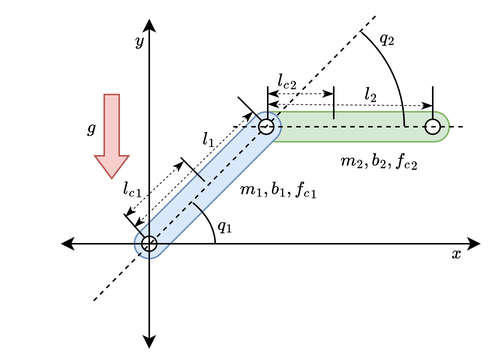
This is src/figures/RobotModel.drawio.png from KAIST-MIC-Lab/CONAC, a draw.io export, as it was before one commit. Source tidied: cells renumbered, new cells last; positions are measured from the earlier drawing's top-left corner, leaving out a move shared by most shapes.
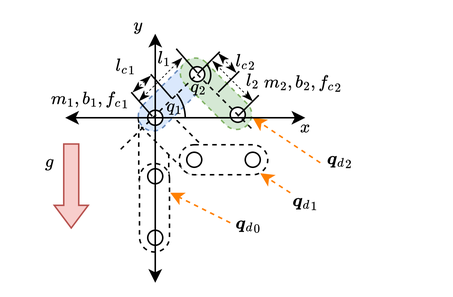
After the commit.

The edit, as a diff of the source:
```diff
@@ -2,153 +2,205 @@
   <root>
     <mxCell id="0" />
     <mxCell id="1" value="Robot" parent="0" />
-    <mxCell id="2" style="rounded=1;whiteSpace=wrap;html=1;rotation=0;glass=0;shadow=0;fillColor=#d5e8d4;strokeColor=#82b366;arcSize=50;" parent="1" vertex="1">
-      <mxGeometry x="169" y="74" width="130" height="20" as="geometry" />
-    </mxCell>
-    <mxCell id="3" style="rounded=1;whiteSpace=wrap;html=1;rotation=-45;glass=0;shadow=0;fillColor=#dae8fc;strokeColor=#6c8ebf;arcSize=50;" parent="1" vertex="1">
-      <mxGeometry x="73" y="113" width="130" height="20" as="geometry" />
-    </mxCell>
-    <mxCell id="4" style="ellipse;whiteSpace=wrap;html=1;strokeColor=#000000;" parent="1" vertex="1">
-      <mxGeometry x="94" y="157" width="10" height="10" as="geometry" />
-    </mxCell>
-    <mxCell id="5" style="ellipse;whiteSpace=wrap;html=1;strokeColor=#000000;" parent="1" vertex="1">
-      <mxGeometry x="172" y="79" width="10" height="10" as="geometry" />
-    </mxCell>
-    <mxCell id="6" style="ellipse;whiteSpace=wrap;html=1;strokeColor=#000000;" parent="1" vertex="1">
-      <mxGeometry x="283" y="79" width="10" height="10" as="geometry" />
-    </mxCell>
+    <mxCell id="40" style="rounded=1;whiteSpace=wrap;html=1;rotation=90;glass=0;shadow=0;arcSize=50;dashed=1;" parent="1" vertex="1">
+      <mxGeometry x="69.5" y="171.5" width="59" height="20" as="geometry" />
+    </mxCell>
+    <mxCell id="41" style="rounded=1;whiteSpace=wrap;html=1;rotation=90;glass=0;shadow=0;arcSize=50;dashed=1;" parent="1" vertex="1">
+      <mxGeometry x="70" y="212" width="59" height="20" as="geometry" />
+    </mxCell>
+    <mxCell id="42" style="rounded=1;whiteSpace=wrap;html=1;rotation=45;glass=0;shadow=0;arcSize=50;dashed=1;" parent="1" vertex="1">
+      <mxGeometry x="83" y="166" width="59" height="20" as="geometry" />
+    </mxCell>
+    <mxCell id="43" style="rounded=1;whiteSpace=wrap;html=1;rotation=0;glass=0;shadow=0;arcSize=50;dashed=1;" parent="1" vertex="1">
+      <mxGeometry x="116" y="180" width="59" height="20" as="geometry" />
+    </mxCell>
+    <mxCell id="44" style="rounded=1;whiteSpace=wrap;html=1;rotation=-45;glass=0;shadow=0;arcSize=50;dashed=1;fillColor=#dae8fc;strokeColor=#6c8ebf;" parent="1" vertex="1">
+      <mxGeometry x="83" y="137" width="59" height="20" as="geometry" />
+    </mxCell>
+    <mxCell id="45" style="rounded=1;whiteSpace=wrap;html=1;rotation=45;glass=0;shadow=0;arcSize=50;dashed=1;fillColor=#d5e8d4;strokeColor=#82b366;" parent="1" vertex="1">
+      <mxGeometry x="111" y="136" width="59" height="20" as="geometry" />
+    </mxCell>
+    <mxCell id="46" value="circle" parent="0" />
+    <mxCell id="47" style="ellipse;whiteSpace=wrap;html=1;strokeColor=#000000;" parent="46" vertex="1">
+      <mxGeometry x="95" y="157" width="10" height="10" as="geometry" />
+    </mxCell>
+    <mxCell id="48" style="ellipse;whiteSpace=wrap;html=1;strokeColor=#000000;" parent="46" vertex="1">
+      <mxGeometry x="121" y="185" width="10" height="10" as="geometry" />
+    </mxCell>
+    <mxCell id="49" style="ellipse;whiteSpace=wrap;html=1;strokeColor=#000000;" parent="46" vertex="1">
+      <mxGeometry x="123" y="128" width="10" height="10" as="geometry" />
+    </mxCell>
+    <mxCell id="50" style="ellipse;whiteSpace=wrap;html=1;strokeColor=#000000;" parent="46" vertex="1">
+      <mxGeometry x="95" y="196" width="10" height="10" as="geometry" />
+    </mxCell>
+    <mxCell id="51" style="ellipse;whiteSpace=wrap;html=1;strokeColor=#000000;" parent="46" vertex="1">
+      <mxGeometry x="150" y="155" width="10" height="10" as="geometry" />
+    </mxCell>
+    <mxCell id="52" style="ellipse;whiteSpace=wrap;html=1;strokeColor=#000000;" parent="46" vertex="1">
+      <mxGeometry x="95" y="237" width="10" height="10" as="geometry" />
+    </mxCell>
+    <mxCell id="53" style="ellipse;whiteSpace=wrap;html=1;strokeColor=#000000;" parent="46" vertex="1">
+      <mxGeometry x="160" y="185" width="10" height="10" as="geometry" />
+    </mxCell>
     <mxCell id="7" value="Line" parent="0" />
-    <mxCell id="8" style="endArrow=none;html=1;rounded=0;" parent="7" edge="1">
-      <mxGeometry relative="1" as="geometry">
-        <mxPoint x="222" y="57" as="sourcePoint" />
-        <mxPoint x="222" y="79" as="targetPoint" />
-      </mxGeometry>
-    </mxCell>
     <mxCell id="9" style="endArrow=classicThin;html=1;rounded=0;dashed=1;endFill=1;startArrow=classicThin;startFill=1;strokeWidth=0.5;" parent="7" edge="1">
       <mxGeometry relative="1" as="geometry">
-        <mxPoint x="122" y="107" as="sourcePoint" />
-        <mxPoint x="83" y="144" as="targetPoint" />
+        <mxPoint x="97" y="134" as="sourcePoint" />
+        <mxPoint x="85" y="145" as="targetPoint" />
       </mxGeometry>
     </mxCell>
     <mxCell id="10" style="endArrow=classicThin;html=1;rounded=0;dashed=1;endFill=1;startArrow=classicThin;startFill=1;strokeWidth=0.5;" parent="7" edge="1">
       <mxGeometry relative="1" as="geometry">
-        <mxPoint x="222" y="62" as="sourcePoint" />
-        <mxPoint x="178" y="62" as="targetPoint" />
+        <mxPoint x="154" y="132" as="sourcePoint" />
+        <mxPoint x="142" y="119" as="targetPoint" />
       </mxGeometry>
     </mxCell>
-    <mxCell id="11" style="endArrow=none;html=1;rounded=0;" parent="7" edge="1">
-      <mxGeometry relative="1" as="geometry">
-        <mxPoint x="288" y="57" as="sourcePoint" />
-        <mxPoint x="288" y="79" as="targetPoint" />
-      </mxGeometry>
-    </mxCell>
-    <mxCell id="12" style="endArrow=none;html=1;rounded=0;" parent="7" edge="1">
-      <mxGeometry relative="1" as="geometry">
-        <mxPoint x="178" y="57" as="sourcePoint" />
-        <mxPoint x="178" y="79" as="targetPoint" />
-      </mxGeometry>
-    </mxCell>
     <mxCell id="13" style="endArrow=classicThin;html=1;rounded=0;dashed=1;strokeColor=default;startArrow=classicThin;startFill=1;endFill=1;strokeWidth=0.5;" parent="7" edge="1">
       <mxGeometry relative="1" as="geometry">
-        <mxPoint x="288" y="70" as="sourcePoint" />
-        <mxPoint x="178" y="69" as="targetPoint" />
+        <mxPoint x="165" y="151" as="sourcePoint" />
+        <mxPoint x="138" y="124" as="targetPoint" />
       </mxGeometry>
     </mxCell>
-    <mxCell id="14" style="endArrow=none;html=1;rounded=0;" parent="7" edge="1">
-      <mxGeometry relative="1" as="geometry">
-        <mxPoint x="158" y="64" as="sourcePoint" />
-        <mxPoint x="174" y="80" as="targetPoint" />
-      </mxGeometry>
-    </mxCell>
     <mxCell id="15" style="endArrow=none;html=1;rounded=0;" parent="7" edge="1">
       <mxGeometry relative="1" as="geometry">
-        <mxPoint x="82" y="142" as="sourcePoint" />
-        <mxPoint x="96" y="158" as="targetPoint" />
+        <mxPoint x="84" y="145" as="sourcePoint" />
+        <mxPoint x="98" y="161" as="targetPoint" />
       </mxGeometry>
     </mxCell>
     <mxCell id="16" style="endArrow=classicThin;html=1;rounded=0;dashed=1;endFill=1;startArrow=classicThin;startFill=1;strokeWidth=0.5;" parent="7" edge="1">
       <mxGeometry relative="1" as="geometry">
-        <mxPoint x="168" y="74" as="sourcePoint" />
+        <mxPoint x="118" y="122" as="sourcePoint" />
         <mxPoint x="89" y="151" as="targetPoint" />
       </mxGeometry>
     </mxCell>
-    <mxCell id="17" style="endArrow=none;html=1;rounded=0;" parent="7" edge="1">
-      <mxGeometry relative="1" as="geometry">
-        <mxPoint x="120" y="104.5" as="sourcePoint" />
-        <mxPoint x="136" y="120.5" as="targetPoint" />
-      </mxGeometry>
-    </mxCell>
+    <mxCell id="54" style="endArrow=none;html=1;rounded=0;" parent="7" edge="1">
+      <mxGeometry relative="1" as="geometry">
+        <mxPoint x="97" y="133" as="sourcePoint" />
+        <mxPoint x="111" y="149" as="targetPoint" />
+      </mxGeometry>
+    </mxCell>
+    <mxCell id="55" style="endArrow=none;html=1;rounded=0;" parent="7" edge="1">
+      <mxGeometry relative="1" as="geometry">
+        <mxPoint x="114" y="116" as="sourcePoint" />
+        <mxPoint x="128" y="132" as="targetPoint" />
+      </mxGeometry>
+    </mxCell>
+    <mxCell id="56" style="endArrow=none;html=1;rounded=0;" parent="7" edge="1">
+      <mxGeometry relative="1" as="geometry">
+        <mxPoint x="129" y="132" as="sourcePoint" />
+        <mxPoint x="143" y="118" as="targetPoint" />
+      </mxGeometry>
+    </mxCell>
+    <mxCell id="57" style="endArrow=none;html=1;rounded=0;" parent="7" edge="1">
+      <mxGeometry relative="1" as="geometry">
+        <mxPoint x="155" y="161" as="sourcePoint" />
+        <mxPoint x="169" y="147" as="targetPoint" />
+      </mxGeometry>
+    </mxCell>
+    <mxCell id="58" style="endArrow=none;html=1;rounded=0;" parent="7" edge="1">
+      <mxGeometry relative="1" as="geometry">
+        <mxPoint x="142" y="145" as="sourcePoint" />
+        <mxPoint x="156" y="131" as="targetPoint" />
+      </mxGeometry>
+    </mxCell>
+    <mxCell id="59" style="endArrow=classic;html=1;rounded=0;dashed=1;strokeColor=#FF8000;" parent="7" edge="1">
+      <mxGeometry relative="1" as="geometry">
+        <mxPoint x="150" y="232" as="sourcePoint" />
+        <mxPoint x="110" y="212" as="targetPoint" />
+      </mxGeometry>
+    </mxCell>
+    <mxCell id="60" style="endArrow=classic;html=1;rounded=0;dashed=1;strokeColor=#FF8000;" parent="7" edge="1">
+      <mxGeometry relative="1" as="geometry">
+        <mxPoint x="190" y="212" as="sourcePoint" />
+        <mxPoint x="170" y="199" as="targetPoint" />
+      </mxGeometry>
+    </mxCell>
+    <mxCell id="61" style="endArrow=classic;html=1;rounded=0;dashed=1;strokeColor=#FF8000;" parent="7" edge="1">
+      <mxGeometry relative="1" as="geometry">
+        <mxPoint x="210" y="192" as="sourcePoint" />
+        <mxPoint x="165" y="162" as="targetPoint" />
+      </mxGeometry>
+    </mxCell>
     <mxCell id="18" value="Math" parent="0" />
     <mxCell id="19" value="$$m_1,b_1,{f_c}_1$$" style="text;html=1;align=center;verticalAlign=middle;strokeColor=none;fillColor=none;fontSize=10;" parent="18" vertex="1">
-      <mxGeometry x="125" y="110" width="120" height="30" as="geometry" />
+      <mxGeometry x="-4" y="134" width="120" height="30" as="geometry" />
     </mxCell>
     <mxCell id="20" value="$$l_1$$" style="text;html=1;align=center;verticalAlign=middle;strokeColor=none;fillColor=none;fontSize=10;" parent="18" vertex="1">
-      <mxGeometry x="109" y="77" width="60" height="30" as="geometry" />
+      <mxGeometry x="76" y="107" width="60" height="30" as="geometry" />
     </mxCell>
     <mxCell id="21" value="$$l_2$$" style="text;html=1;align=center;verticalAlign=middle;strokeColor=none;fillColor=none;fontSize=10;" parent="18" vertex="1">
-      <mxGeometry x="217" y="47" width="60" height="30" as="geometry" />
+      <mxGeometry x="135" y="122" width="60" height="30" as="geometry" />
     </mxCell>
     <mxCell id="22" value="$$m_2,b_2,{f_c}_2$$" style="text;html=1;align=center;verticalAlign=middle;strokeColor=none;fillColor=none;fontSize=10;" parent="18" vertex="1">
-      <mxGeometry x="192" y="91" width="120" height="30" as="geometry" />
+      <mxGeometry x="138" y="123" width="120" height="30" as="geometry" />
     </mxCell>
     <mxCell id="23" value="$$y$$" style="text;html=1;align=center;verticalAlign=middle;strokeColor=none;fillColor=none;fontSize=10;" parent="18" vertex="1">
-      <mxGeometry x="67" y="11" width="50" height="30" as="geometry" />
+      <mxGeometry x="63" y="85" width="50" height="30" as="geometry" />
     </mxCell>
     <mxCell id="24" value="$$x$$" style="text;html=1;align=center;verticalAlign=middle;strokeColor=none;fillColor=none;fontSize=10;" parent="18" vertex="1">
-      <mxGeometry x="279" y="153" width="50" height="30" as="geometry" />
+      <mxGeometry x="175" y="153" width="50" height="30" as="geometry" />
     </mxCell>
     <mxCell id="25" value="$$q_1$$" style="text;html=1;align=center;verticalAlign=middle;strokeColor=none;fillColor=none;fontSize=10;" parent="18" vertex="1">
-      <mxGeometry x="120" y="134" width="60" height="30" as="geometry" />
+      <mxGeometry x="83" y="139" width="60" height="30" as="geometry" />
     </mxCell>
     <mxCell id="26" value="$$q_2$$" style="text;html=1;align=center;verticalAlign=middle;strokeColor=none;fillColor=none;fontSize=10;" parent="18" vertex="1">
-      <mxGeometry x="228" y="9" width="60" height="30" as="geometry" />
+      <mxGeometry x="99" y="126" width="60" height="30" as="geometry" />
     </mxCell>
     <mxCell id="27" value="$${l_c}_1$$" style="text;html=1;align=center;verticalAlign=middle;strokeColor=none;fillColor=none;fontSize=10;" parent="18" vertex="1">
-      <mxGeometry x="48" y="110" width="80" height="30" as="geometry" />
+      <mxGeometry x="40" y="112" width="80" height="30" as="geometry" />
     </mxCell>
     <mxCell id="28" value="$${l_c}_2$$" style="text;html=1;align=center;verticalAlign=middle;strokeColor=none;fillColor=none;fontSize=10;" parent="18" vertex="1">
-      <mxGeometry x="151" y="38" width="80" height="30" as="geometry" />
+      <mxGeometry x="120" y="109" width="80" height="30" as="geometry" />
     </mxCell>
     <mxCell id="29" value="$$g$$" style="text;html=1;align=center;verticalAlign=middle;strokeColor=none;fillColor=none;fontSize=10;" parent="18" vertex="1">
-      <mxGeometry x="35" y="69" width="50" height="30" as="geometry" />
+      <mxGeometry x="4" y="176" width="50" height="30" as="geometry" />
     </mxCell>
+    <mxCell id="62" value="$${\boldsymbol{q}_{d}}_0$$" style="text;html=1;align=center;verticalAlign=middle;strokeColor=none;fillColor=none;fontSize=10;" parent="18" vertex="1">
+      <mxGeometry x="87" y="217" width="150" height="30" as="geometry" />
+    </mxCell>
+    <mxCell id="63" value="$${\boldsymbol{q}_{d}}_2$$" style="text;html=1;align=center;verticalAlign=middle;strokeColor=none;fillColor=none;fontSize=10;" parent="18" vertex="1">
+      <mxGeometry x="148" y="174" width="150" height="30" as="geometry" />
+    </mxCell>
+    <mxCell id="64" value="$${\boldsymbol{q}_{d}}_1$$" style="text;html=1;align=center;verticalAlign=middle;strokeColor=none;fillColor=none;fontSize=10;" parent="18" vertex="1">
+      <mxGeometry x="125" y="202" width="150" height="30" as="geometry" />
+    </mxCell>
     <mxCell id="30" value="Axes" parent="0" />
     <mxCell id="31" style="endArrow=classic;startArrow=classic;html=1;rounded=0;" parent="30" edge="1">
       <mxGeometry relative="1" as="geometry">
         <mxPoint x="40" y="162" as="sourcePoint" />
-        <mxPoint x="320" y="162" as="targetPoint" />
+        <mxPoint x="200" y="162" as="targetPoint" />
       </mxGeometry>
     </mxCell>
     <mxCell id="32" style="endArrow=classic;startArrow=classic;html=1;rounded=0;" parent="30" edge="1">
       <mxGeometry relative="1" as="geometry">
-        <mxPoint x="99" y="232" as="sourcePoint" />
-        <mxPoint x="99" y="12" as="targetPoint" />
+        <mxPoint x="100" y="272" as="sourcePoint" />
+        <mxPoint x="100" y="106" as="targetPoint" />
       </mxGeometry>
     </mxCell>
     <mxCell id="33" style="endArrow=none;dashed=1;html=1;rounded=0;" parent="30" edge="1">
       <mxGeometry relative="1" as="geometry">
-        <mxPoint x="62" y="200" as="sourcePoint" />
-        <mxPoint x="250" y="10" as="targetPoint" />
+        <mxPoint x="77" y="183" as="sourcePoint" />
+        <mxPoint x="129" y="132" as="targetPoint" />
       </mxGeometry>
     </mxCell>
     <mxCell id="34" style="endArrow=none;dashed=1;html=1;rounded=0;" parent="30" edge="1">
       <mxGeometry relative="1" as="geometry">
-        <mxPoint x="155" y="84" as="sourcePoint" />
-        <mxPoint x="310" y="84" as="targetPoint" />
+        <mxPoint x="128" y="133" as="sourcePoint" />
+        <mxPoint x="165" y="170" as="targetPoint" />
       </mxGeometry>
     </mxCell>
     <mxCell id="35" value="Angle" parent="0" />
-    <mxCell id="36" style="verticalLabelPosition=bottom;verticalAlign=top;html=1;shape=mxgraph.basic.arc;startAngle=0.14535112961158209;endAngle=0.2483760263313745;" parent="35" vertex="1">
-      <mxGeometry y="117" width="143" height="91" as="geometry" />
+    <mxCell id="36" style="verticalLabelPosition=bottom;verticalAlign=top;html=1;shape=mxgraph.basic.arc;startAngle=0.14027892075056086;endAngle=0.2516578040311922;" parent="35" vertex="1">
+      <mxGeometry x="70" y="137" width="50" height="50" as="geometry" />
     </mxCell>
-    <mxCell id="37" style="verticalLabelPosition=bottom;verticalAlign=top;html=1;shape=mxgraph.basic.arc;startAngle=0.1152679676533765;endAngle=0.25;" parent="35" vertex="1">
-      <mxGeometry x="100" width="169" height="167" as="geometry" />
+    <mxCell id="37" style="verticalLabelPosition=bottom;verticalAlign=top;html=1;shape=mxgraph.basic.arc;startAngle=0.8706995619472834;endAngle=0.11002968955562942;rotation=90;" parent="35" vertex="1">
+      <mxGeometry x="119" y="125" width="19" height="17" as="geometry" />
     </mxCell>
     <mxCell id="38" value="Gravity" parent="0" />
     <mxCell id="39" style="shape=flexArrow;endArrow=classic;html=1;rounded=0;endWidth=11.666666666666668;endSize=4.708333333333334;fillColor=#f8cecc;strokeColor=#b85450;" parent="38" edge="1">
       <mxGeometry relative="1" as="geometry">
-        <mxPoint x="74" y="62" as="sourcePoint" />
-        <mxPoint x="74" y="119" as="targetPoint" />
+        <mxPoint x="44" y="179" as="sourcePoint" />
+        <mxPoint x="44" y="236" as="targetPoint" />
       </mxGeometry>
     </mxCell>
   </root>
```
